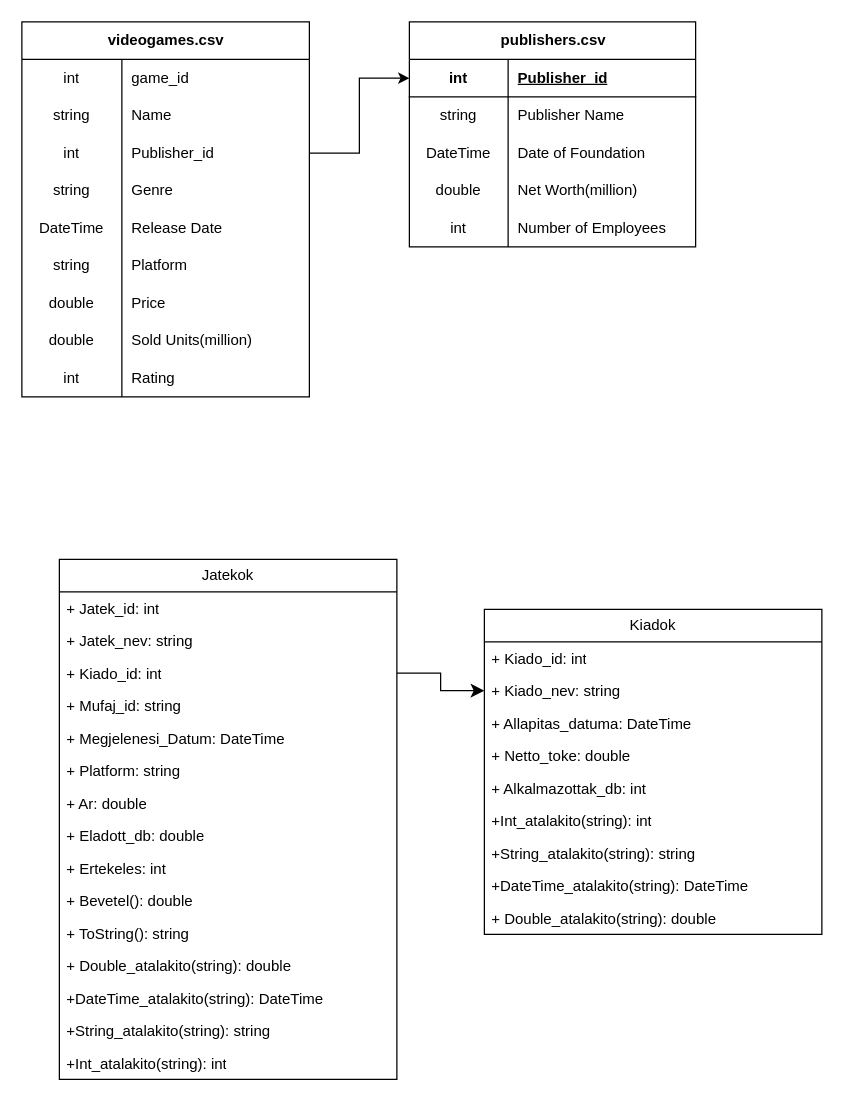
kurgeri/Ikt_jatekok_projekt keeps this draw.io diagram as Untitled Diagram(1).drawio. Above is the earlier version. Source tidied: cells renumbered, new cells numbered last; positions are measured from the earlier drawing's top-left corner, leaving out a move shared by most shapes. Both pictures are drawn from the tidied source at 125%, with x=0, y=0 at pixel (21, 21).
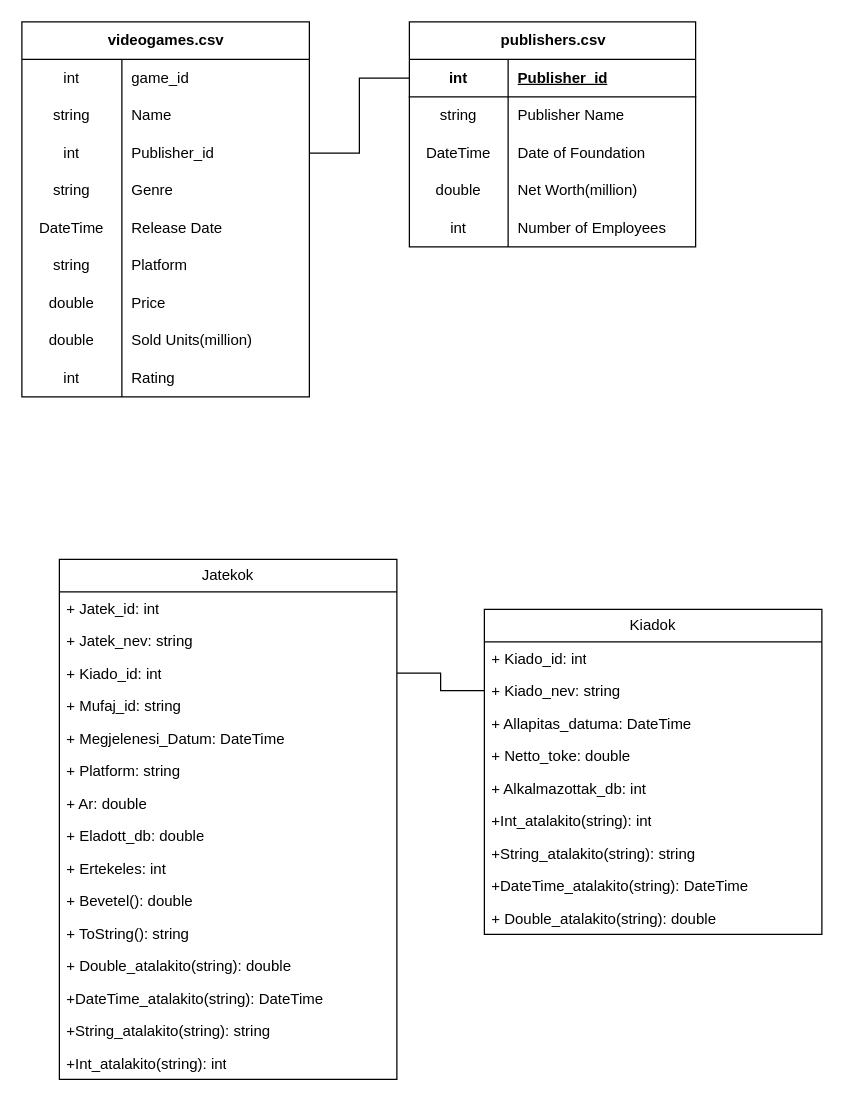
The same diagram, later.

Unchanged cells that the change refers to:
```xml
<mxCell id="9" style="shape=tableRow;horizontal=0;startSize=0;swimlaneHead=0;swimlaneBody=0;fillColor=none;points=[[0,0.5],[1,0.5]];portConstraint=eastwest;top=0;left=0;right=0;bottom=0;" parent="2" vertex="1">
  <mxGeometry y="90" width="230" height="30" as="geometry" />
</mxCell>
<mxCell id="31" style="shape=tableRow;horizontal=0;startSize=0;swimlaneHead=0;swimlaneBody=0;fillColor=none;points=[[0,0.5],[1,0.5]];portConstraint=eastwest;top=0;left=0;right=0;bottom=1;" parent="30" vertex="1">
  <mxGeometry y="30" width="229" height="30" as="geometry" />
</mxCell>
<mxCell id="50" value="+ Kiado_id: int" style="text;strokeColor=none;fillColor=none;align=left;verticalAlign=top;spacingLeft=4;spacingRight=4;overflow=hidden;points=[[0,0.5],[1,0.5]];portConstraint=eastwest;whiteSpace=wrap;html=1;" parent="47" vertex="1">
  <mxGeometry y="78" width="270" height="26" as="geometry" />
</mxCell>
<mxCell id="63" value="Kiadok" style="swimlane;fontStyle=0;horizontal=1;startSize=26;fillColor=none;whiteSpace=wrap;html=1;" parent="1" vertex="1">
  <mxGeometry x="370" y="470" width="270" height="260" as="geometry" />
</mxCell>
```

The edit, as a diff of the source:
```diff
@@
-    <mxCell id="46" style="edgeStyle=orthogonalEdgeStyle;rounded=0;jettySize=auto;html=1;" parent="1" edge="1" source="9" target="31">
+    <mxCell id="46" style="edgeStyle=orthogonalEdgeStyle;rounded=0;jettySize=auto;html=1;endArrow=none;endFill=0;" parent="1" edge="1" source="9" target="31">
       <mxGeometry x="-0.11" relative="1" as="geometry" />
     </mxCell>
@@
-    <mxCell id="73" style="edgeStyle=orthogonalEdgeStyle;rounded=0;jettySize=auto;html=1;entryX=0;entryY=0.25;entryDx=0;entryDy=0;fontSize=12;defaultLabelBackgroundColor=page;labelPadding=0 4;startSize=8;endSize=8;exitX=1;exitY=0.5;exitDx=0;exitDy=0;" parent="1" edge="1" source="50" target="63">
+    <mxCell id="73" style="edgeStyle=orthogonalEdgeStyle;rounded=0;jettySize=auto;html=1;entryX=0;entryY=0.25;entryDx=0;entryDy=0;fontSize=12;defaultLabelBackgroundColor=page;labelPadding=0 4;startSize=8;endSize=8;exitX=1;exitY=0.5;exitDx=0;exitDy=0;endArrow=none;endFill=0;" parent="1" edge="1" source="50" target="63">
       <mxGeometry relative="1" as="geometry" />
     </mxCell>
```
